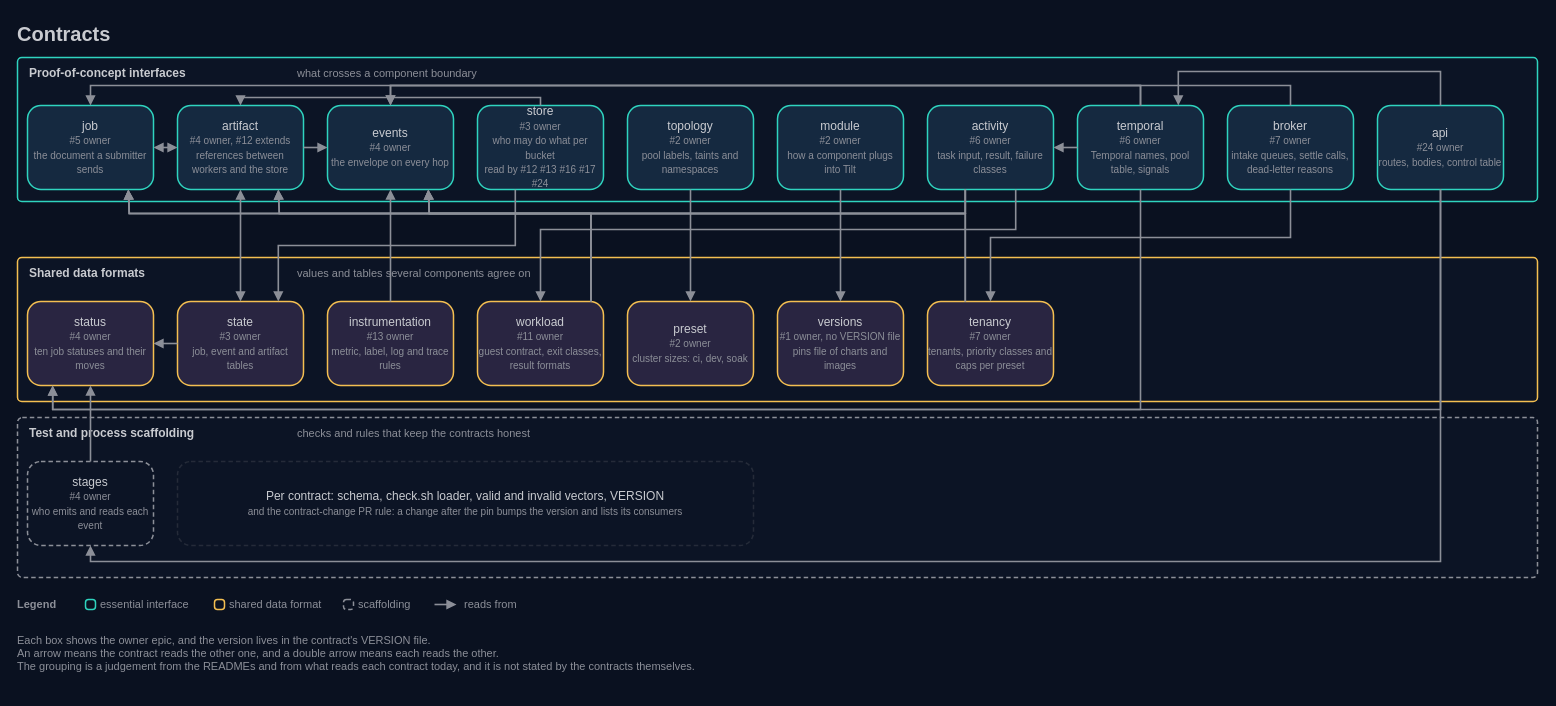
AndoNorth/weft keeps this draw.io diagram as docs/architecture/15-contracts.drawio. Above is the earlier version. Source tidied: cells renumbered, new cells numbered last; positions are measured from the earlier drawing's top-left corner, leaving out a move shared by most shapes. Both pictures are drawn from the tidied source at 100%, with x=0, y=0 at pixel (17, 17).
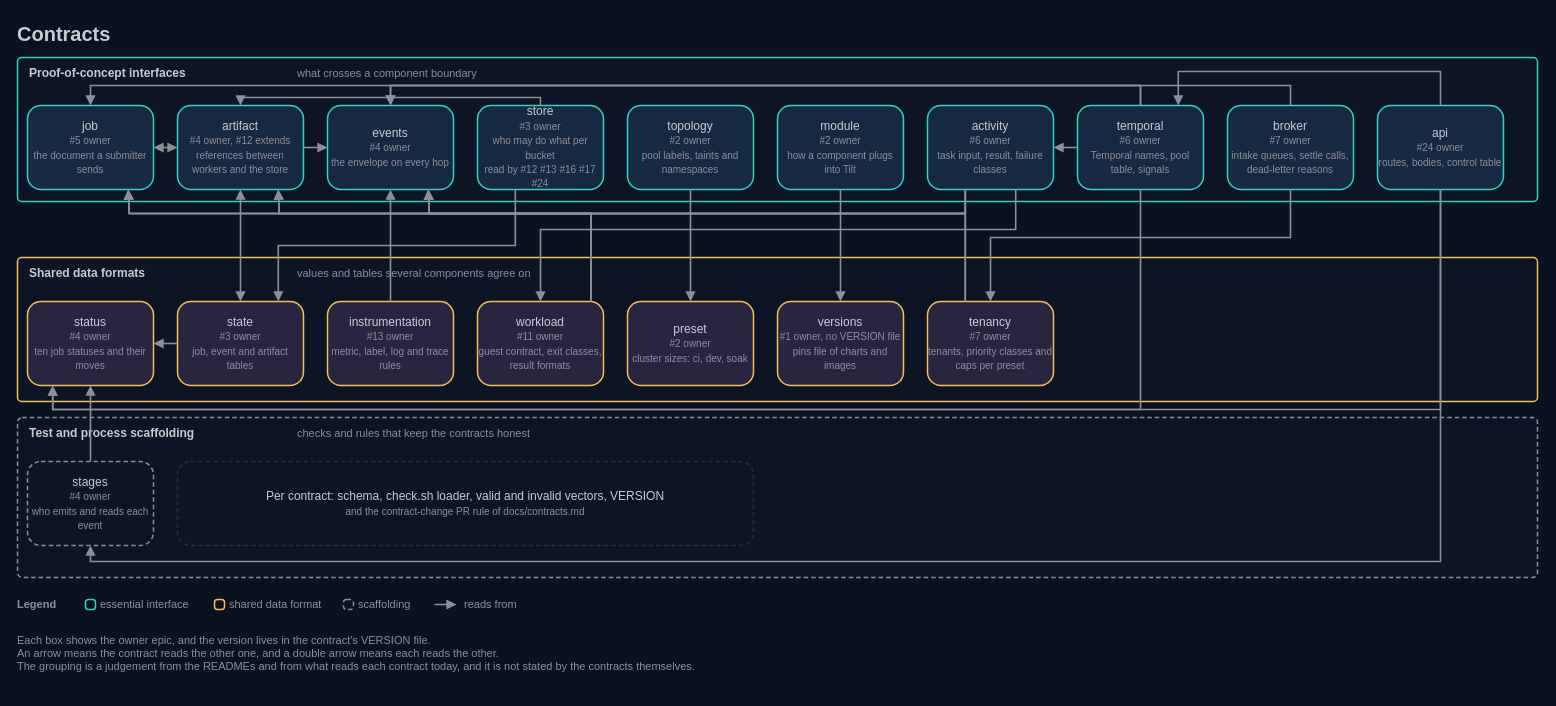
Above is the later version.

Diff of the diagram source:
```diff
@@
-    <mxCell id="26" value="Per contract: schema, check.sh loader, valid and invalid vectors, VERSION&lt;br&gt;&lt;font color=&quot;#8c8f98&quot; style=&quot;font-size:10px&quot;&gt;and the contract-change PR rule: a change after the pin bumps the version and lists its consumers&lt;/font&gt;" style="rounded=1;arcSize=16;html=1;whiteSpace=wrap;fillColor=#0c1425;strokeColor=#252b39;strokeWidth=1.5;dashed=1;dashPattern=3 2;fontColor=#c9cbd0;fontSize=12;fontFamily=IBM Plex Sans;align=center;verticalAlign=middle;" parent="1" vertex="1">
+    <mxCell id="26" value="Per contract: schema, check.sh loader, valid and invalid vectors, VERSION&lt;br&gt;&lt;font color=&quot;#8c8f98&quot; style=&quot;font-size:10px&quot;&gt;and the contract-change PR rule of docs/contracts.md&lt;/font&gt;" style="rounded=1;arcSize=16;html=1;whiteSpace=wrap;fillColor=#0c1425;strokeColor=#252b39;strokeWidth=1.5;dashed=1;dashPattern=3 2;fontColor=#c9cbd0;fontSize=12;fontFamily=IBM Plex Sans;align=center;verticalAlign=middle;" parent="1" vertex="1">
       <mxGeometry x="160" y="444" width="576" height="84" as="geometry" />
     </mxCell>
```
